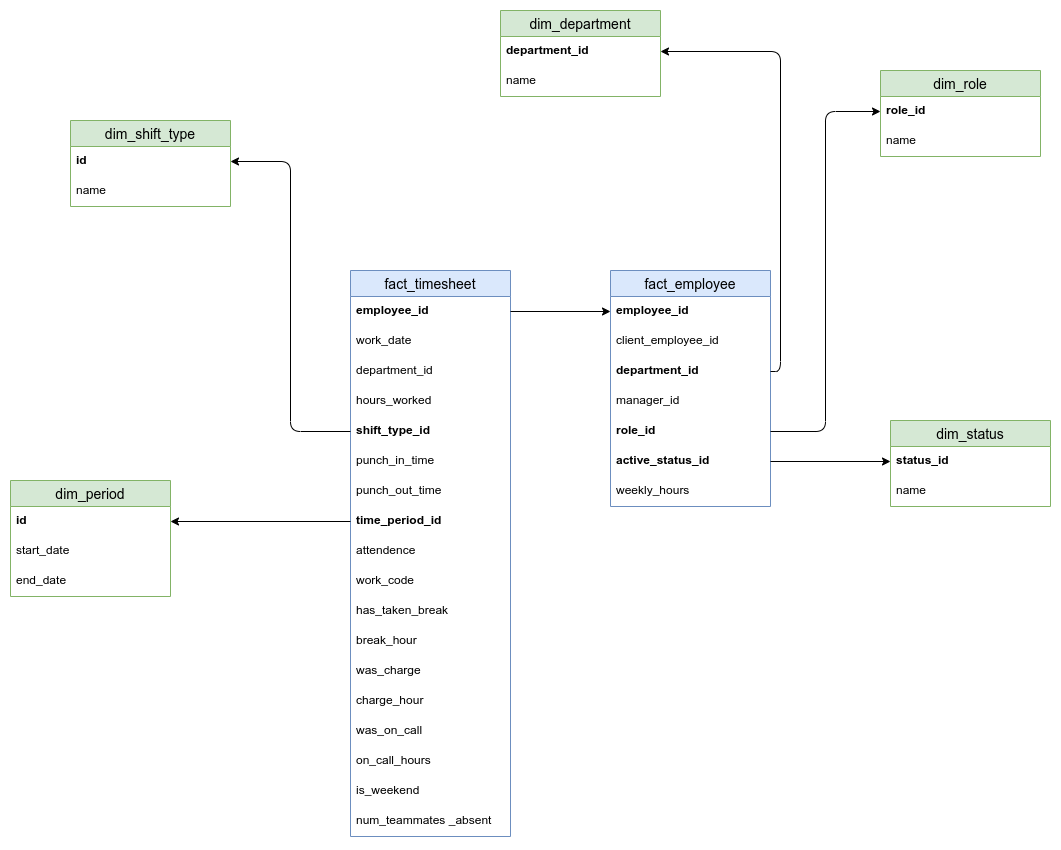
This is Data/3rd Week(OLAP Design)/Day5/docs/warehouse(employee and timesheet).png from callingsandesh/Leapfrog-Assignment, a draw.io export, as it was before one commit. Source tidied: cells renumbered, new cells last; positions are measured from the earlier drawing's top-left corner, leaving out a move shared by most shapes.
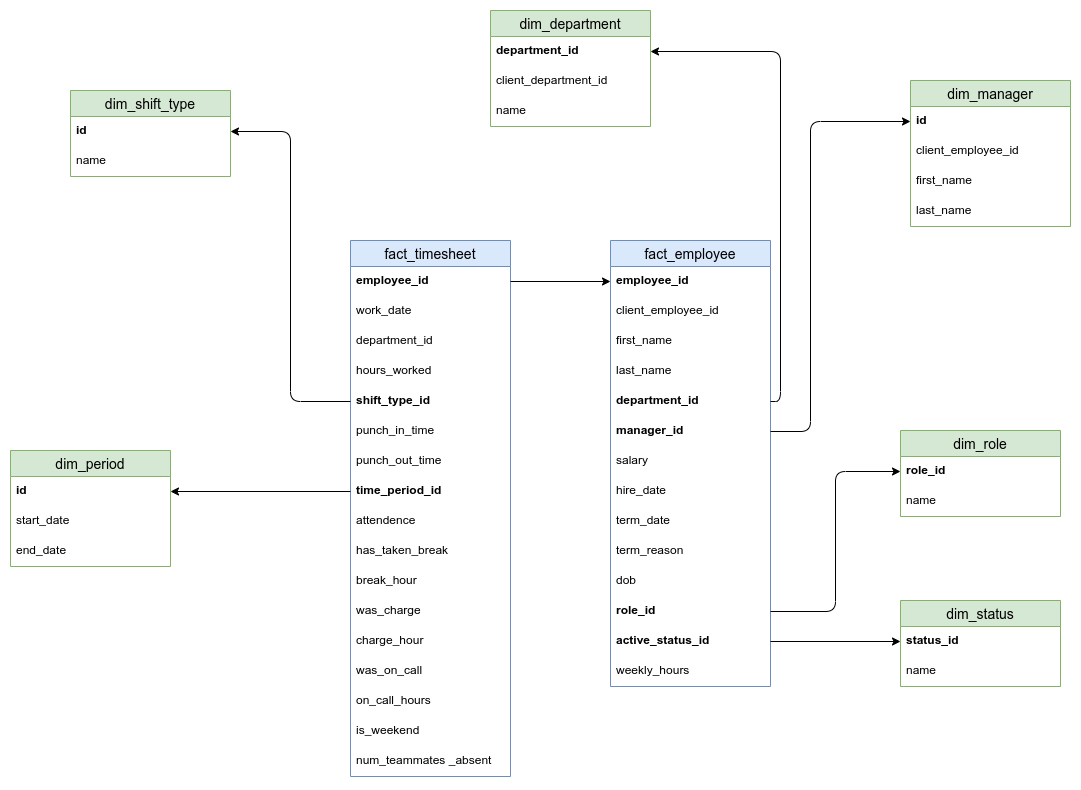
Above is the later version.

Change to the diagram source:
```diff
@@ -3,31 +3,52 @@
     <mxCell id="0" />
     <mxCell id="1" parent="0" />
     <mxCell id="2" value="fact_employee" style="swimlane;fontStyle=0;horizontal=1;startSize=26;align=center;fontSize=14;fillColor=#dae8fc;strokeColor=#6c8ebf;" parent="1" vertex="1">
-      <mxGeometry x="600" y="260" width="160" height="236" as="geometry" />
+      <mxGeometry x="600" y="260" width="160" height="446" as="geometry" />
     </mxCell>
     <mxCell id="3" value="employee_id" style="text;strokeColor=none;fillColor=none;spacingLeft=4;spacingRight=4;overflow=hidden;points=[[0,0.5],[1,0.5]];portConstraint=eastwest;fontSize=12;fontStyle=1;" parent="2" vertex="1">
       <mxGeometry y="26" width="160" height="30" as="geometry" />
     </mxCell>
-    <mxCell id="4" value="client_employee_id" style="text;strokeColor=none;fillColor=none;spacingLeft=4;spacingRight=4;overflow=hidden;fontSize=12;" parent="2" vertex="1">
-      <mxGeometry y="56" width="160" height="30" as="geometry" />
-    </mxCell>
+    <mxCell id="51" value="client_employee_id" style="text;strokeColor=none;fillColor=none;spacingLeft=4;spacingRight=4;overflow=hidden;fontSize=12;fontStyle=0;" parent="2" vertex="1">
+      <mxGeometry y="56" width="160" height="30" as="geometry" />
+    </mxCell>
+    <mxCell id="52" value="first_name&#10;" style="text;strokeColor=none;fillColor=none;spacingLeft=4;spacingRight=4;overflow=hidden;fontSize=12;fontStyle=0;" parent="2" vertex="1">
+      <mxGeometry y="86" width="160" height="30" as="geometry" />
+    </mxCell>
+    <mxCell id="53" value="last_name" style="text;strokeColor=none;fillColor=none;spacingLeft=4;spacingRight=4;overflow=hidden;fontSize=12;fontStyle=0;" parent="2" vertex="1">
+      <mxGeometry y="116" width="160" height="30" as="geometry" />
+    </mxCell>
     <mxCell id="5" value="department_id" style="text;strokeColor=none;fillColor=none;spacingLeft=4;spacingRight=4;overflow=hidden;points=[[0,0.5],[1,0.5]];portConstraint=eastwest;fontSize=12;fontStyle=1;" parent="2" vertex="1">
-      <mxGeometry y="86" width="160" height="30" as="geometry" />
+      <mxGeometry y="146" width="160" height="30" as="geometry" />
     </mxCell>
-    <mxCell id="6" value="manager_id" style="text;strokeColor=none;fillColor=none;spacingLeft=4;spacingRight=4;overflow=hidden;points=[[0,0.5],[1,0.5]];portConstraint=eastwest;fontSize=12;" parent="2" vertex="1">
-      <mxGeometry y="116" width="160" height="30" as="geometry" />
+    <mxCell id="6" value="manager_id" style="text;strokeColor=none;fillColor=none;spacingLeft=4;spacingRight=4;overflow=hidden;points=[[0,0.5],[1,0.5]];portConstraint=eastwest;fontSize=12;fontStyle=1;" parent="2" vertex="1">
+      <mxGeometry y="176" width="160" height="30" as="geometry" />
     </mxCell>
+    <mxCell id="54" value="salary" style="text;strokeColor=none;fillColor=none;spacingLeft=4;spacingRight=4;overflow=hidden;fontSize=12;" parent="2" vertex="1">
+      <mxGeometry y="206" width="160" height="30" as="geometry" />
+    </mxCell>
+    <mxCell id="55" value="hire_date" style="text;strokeColor=none;fillColor=none;spacingLeft=4;spacingRight=4;overflow=hidden;fontSize=12;" parent="2" vertex="1">
+      <mxGeometry y="236" width="160" height="30" as="geometry" />
+    </mxCell>
+    <mxCell id="56" value="term_date" style="text;strokeColor=none;fillColor=none;spacingLeft=4;spacingRight=4;overflow=hidden;fontSize=12;" parent="2" vertex="1">
+      <mxGeometry y="266" width="160" height="30" as="geometry" />
+    </mxCell>
+    <mxCell id="57" value="term_reason" style="text;strokeColor=none;fillColor=none;spacingLeft=4;spacingRight=4;overflow=hidden;fontSize=12;" parent="2" vertex="1">
+      <mxGeometry y="296" width="160" height="30" as="geometry" />
+    </mxCell>
+    <mxCell id="58" value="dob" style="text;strokeColor=none;fillColor=none;spacingLeft=4;spacingRight=4;overflow=hidden;fontSize=12;" parent="2" vertex="1">
+      <mxGeometry y="326" width="160" height="30" as="geometry" />
+    </mxCell>
     <mxCell id="7" value="role_id" style="text;strokeColor=none;fillColor=none;spacingLeft=4;spacingRight=4;overflow=hidden;points=[[0,0.5],[1,0.5]];portConstraint=eastwest;fontSize=12;fontStyle=1;" parent="2" vertex="1">
-      <mxGeometry y="146" width="160" height="30" as="geometry" />
+      <mxGeometry y="356" width="160" height="30" as="geometry" />
     </mxCell>
     <mxCell id="8" value="active_status_id" style="text;strokeColor=none;fillColor=none;spacingLeft=4;spacingRight=4;overflow=hidden;points=[[0,0.5],[1,0.5]];portConstraint=eastwest;fontSize=12;fontStyle=1;" parent="2" vertex="1">
-      <mxGeometry y="176" width="160" height="30" as="geometry" />
+      <mxGeometry y="386" width="160" height="30" as="geometry" />
     </mxCell>
     <mxCell id="9" value="weekly_hours" style="text;strokeColor=none;fillColor=none;spacingLeft=4;spacingRight=4;overflow=hidden;fontSize=12;" parent="2" vertex="1">
-      <mxGeometry y="206" width="160" height="30" as="geometry" />
+      <mxGeometry y="416" width="160" height="30" as="geometry" />
     </mxCell>
     <mxCell id="10" value="fact_timesheet" style="swimlane;fontStyle=0;horizontal=1;startSize=26;align=center;fontSize=14;fillColor=#dae8fc;strokeColor=#6c8ebf;" parent="1" vertex="1">
-      <mxGeometry x="340" y="260" width="160" height="566" as="geometry" />
+      <mxGeometry x="340" y="260" width="160" height="536" as="geometry" />
     </mxCell>
     <mxCell id="11" value="employee_id" style="text;strokeColor=none;fillColor=none;spacingLeft=4;spacingRight=4;overflow=hidden;points=[[0,0.5],[1,0.5]];portConstraint=eastwest;fontSize=12;fontStyle=1;" parent="10" vertex="1">
       <mxGeometry y="26" width="160" height="30" as="geometry" />
@@ -56,35 +77,32 @@
     <mxCell id="19" value="attendence" style="text;strokeColor=none;fillColor=none;spacingLeft=4;spacingRight=4;overflow=hidden;fontSize=12;" parent="10" vertex="1">
       <mxGeometry y="266" width="160" height="30" as="geometry" />
     </mxCell>
-    <mxCell id="20" value="work_code" style="text;strokeColor=none;fillColor=none;spacingLeft=4;spacingRight=4;overflow=hidden;fontSize=12;" parent="10" vertex="1">
-      <mxGeometry y="296" width="160" height="30" as="geometry" />
-    </mxCell>
     <mxCell id="21" value="has_taken_break" style="text;strokeColor=none;fillColor=none;spacingLeft=4;spacingRight=4;overflow=hidden;fontSize=12;" parent="10" vertex="1">
-      <mxGeometry y="326" width="160" height="30" as="geometry" />
+      <mxGeometry y="296" width="160" height="30" as="geometry" />
     </mxCell>
     <mxCell id="22" value="break_hour" style="text;strokeColor=none;fillColor=none;spacingLeft=4;spacingRight=4;overflow=hidden;fontSize=12;" parent="10" vertex="1">
-      <mxGeometry y="356" width="160" height="30" as="geometry" />
+      <mxGeometry y="326" width="160" height="30" as="geometry" />
     </mxCell>
     <mxCell id="23" value="was_charge" style="text;strokeColor=none;fillColor=none;spacingLeft=4;spacingRight=4;overflow=hidden;fontSize=12;" parent="10" vertex="1">
-      <mxGeometry y="386" width="160" height="30" as="geometry" />
+      <mxGeometry y="356" width="160" height="30" as="geometry" />
     </mxCell>
     <mxCell id="24" value="charge_hour" style="text;strokeColor=none;fillColor=none;spacingLeft=4;spacingRight=4;overflow=hidden;fontSize=12;" parent="10" vertex="1">
-      <mxGeometry y="416" width="160" height="30" as="geometry" />
+      <mxGeometry y="386" width="160" height="30" as="geometry" />
     </mxCell>
     <mxCell id="25" value="was_on_call" style="text;strokeColor=none;fillColor=none;spacingLeft=4;spacingRight=4;overflow=hidden;fontSize=12;" parent="10" vertex="1">
-      <mxGeometry y="446" width="160" height="30" as="geometry" />
+      <mxGeometry y="416" width="160" height="30" as="geometry" />
     </mxCell>
     <mxCell id="26" value="on_call_hours" style="text;strokeColor=none;fillColor=none;spacingLeft=4;spacingRight=4;overflow=hidden;fontSize=12;" parent="10" vertex="1">
-      <mxGeometry y="476" width="160" height="30" as="geometry" />
+      <mxGeometry y="446" width="160" height="30" as="geometry" />
     </mxCell>
     <mxCell id="27" value="is_weekend" style="text;strokeColor=none;fillColor=none;spacingLeft=4;spacingRight=4;overflow=hidden;fontSize=12;" parent="10" vertex="1">
-      <mxGeometry y="506" width="160" height="30" as="geometry" />
+      <mxGeometry y="476" width="160" height="30" as="geometry" />
     </mxCell>
     <mxCell id="28" value="num_teammates _absent" style="text;strokeColor=none;fillColor=none;spacingLeft=4;spacingRight=4;overflow=hidden;fontSize=12;" parent="10" vertex="1">
-      <mxGeometry y="536" width="160" height="30" as="geometry" />
+      <mxGeometry y="506" width="160" height="30" as="geometry" />
     </mxCell>
     <mxCell id="29" value="dim_role" style="swimlane;fontStyle=0;horizontal=1;startSize=26;align=center;fontSize=14;fillColor=#d5e8d4;strokeColor=#82b366;" parent="1" vertex="1">
-      <mxGeometry x="870" y="60" width="160" height="86" as="geometry" />
+      <mxGeometry x="890" y="450" width="160" height="86" as="geometry" />
     </mxCell>
     <mxCell id="30" value="role_id" style="text;strokeColor=none;fillColor=none;spacingLeft=4;spacingRight=4;overflow=hidden;points=[[0,0.5],[1,0.5]];portConstraint=eastwest;fontSize=12;fontStyle=1;" parent="29" vertex="1">
       <mxGeometry y="26" width="160" height="30" as="geometry" />
@@ -93,13 +111,16 @@
       <mxGeometry y="56" width="160" height="30" as="geometry" />
     </mxCell>
     <mxCell id="32" value="dim_department" style="swimlane;fontStyle=0;horizontal=1;startSize=26;align=center;fontSize=14;fillColor=#d5e8d4;strokeColor=#82b366;" parent="1" vertex="1">
-      <mxGeometry x="490" width="160" height="86" as="geometry" />
+      <mxGeometry x="480" y="30" width="160" height="116" as="geometry" />
     </mxCell>
     <mxCell id="33" value="department_id" style="text;strokeColor=none;fillColor=none;spacingLeft=4;spacingRight=4;overflow=hidden;points=[[0,0.5],[1,0.5]];portConstraint=eastwest;fontSize=12;fontStyle=1;" parent="32" vertex="1">
       <mxGeometry y="26" width="160" height="30" as="geometry" />
     </mxCell>
+    <mxCell id="59" value="client_department_id" style="text;strokeColor=none;fillColor=none;spacingLeft=4;spacingRight=4;overflow=hidden;fontSize=12;fontStyle=0;" parent="32" vertex="1">
+      <mxGeometry y="56" width="160" height="30" as="geometry" />
+    </mxCell>
     <mxCell id="34" value="name" style="text;strokeColor=none;fillColor=none;spacingLeft=4;spacingRight=4;overflow=hidden;fontSize=12;" parent="32" vertex="1">
-      <mxGeometry y="56" width="160" height="30" as="geometry" />
+      <mxGeometry y="86" width="160" height="30" as="geometry" />
     </mxCell>
     <mxCell id="35" value="dim_shift_type" style="swimlane;fontStyle=0;horizontal=1;startSize=26;align=center;fontSize=14;fillColor=#d5e8d4;strokeColor=#82b366;" parent="1" vertex="1">
       <mxGeometry x="60" y="110" width="160" height="86" as="geometry" />
@@ -123,7 +144,7 @@
       <mxGeometry y="86" width="160" height="30" as="geometry" />
     </mxCell>
     <mxCell id="42" value="dim_status" style="swimlane;fontStyle=0;horizontal=1;startSize=26;align=center;fontSize=14;fillColor=#d5e8d4;strokeColor=#82b366;" parent="1" vertex="1">
-      <mxGeometry x="880" y="410" width="160" height="86" as="geometry" />
+      <mxGeometry x="890" y="620" width="160" height="86" as="geometry" />
     </mxCell>
     <mxCell id="43" value="status_id" style="text;strokeColor=none;fillColor=none;spacingLeft=4;spacingRight=4;overflow=hidden;points=[[0,0.5],[1,0.5]];portConstraint=eastwest;fontSize=12;fontStyle=1;" parent="42" vertex="1">
       <mxGeometry y="26" width="160" height="30" as="geometry" />
@@ -149,5 +170,28 @@
     <mxCell id="50" style="endArrow=classic;html=1;exitX=0;exitY=0.5;exitDx=0;exitDy=0;edgeStyle=elbowEdgeStyle;entryX=1;entryY=0.5;entryDx=0;entryDy=0;" parent="1" edge="1" source="15" target="36">
       <mxGeometry relative="1" as="geometry" />
     </mxCell>
+    <mxCell id="60" value="dim_manager" style="swimlane;fontStyle=0;horizontal=1;startSize=26;align=center;fontSize=14;fillColor=#d5e8d4;strokeColor=#82b366;" parent="1" vertex="1">
+      <mxGeometry x="900" y="100" width="160" height="146" as="geometry" />
+    </mxCell>
+    <mxCell id="61" value="id" style="text;strokeColor=none;fillColor=none;spacingLeft=4;spacingRight=4;overflow=hidden;points=[[0,0.5],[1,0.5]];portConstraint=eastwest;fontSize=12;fontStyle=1;" parent="60" vertex="1">
+      <mxGeometry y="26" width="160" height="30" as="geometry" />
+    </mxCell>
+    <mxCell id="4" value="client_employee_id" style="text;strokeColor=none;fillColor=none;spacingLeft=4;spacingRight=4;overflow=hidden;fontSize=12;" parent="60" vertex="1">
+      <mxGeometry y="56" width="160" height="30" as="geometry" />
+    </mxCell>
+    <mxCell id="62" value="first_name" style="text;strokeColor=none;fillColor=none;spacingLeft=4;spacingRight=4;overflow=hidden;fontSize=12;" parent="60" vertex="1">
+      <mxGeometry y="86" width="160" height="30" as="geometry" />
+    </mxCell>
+    <mxCell id="63" value="last_name" style="text;strokeColor=none;fillColor=none;spacingLeft=4;spacingRight=4;overflow=hidden;fontSize=12;" parent="60" vertex="1">
+      <mxGeometry y="116" width="160" height="30" as="geometry" />
+    </mxCell>
+    <mxCell id="64" style="endArrow=classic;html=1;exitX=1;exitY=0.5;exitDx=0;exitDy=0;entryX=0;entryY=0.5;entryDx=0;entryDy=0;edgeStyle=orthogonalEdgeStyle;" parent="1" edge="1" source="6" target="61">
+      <mxGeometry relative="1" as="geometry">
+        <Array as="points">
+          <mxPoint x="800" y="451" />
+          <mxPoint x="800" y="141" />
+        </Array>
+      </mxGeometry>
+    </mxCell>
   </root>
 </mxGraphModel>
```
